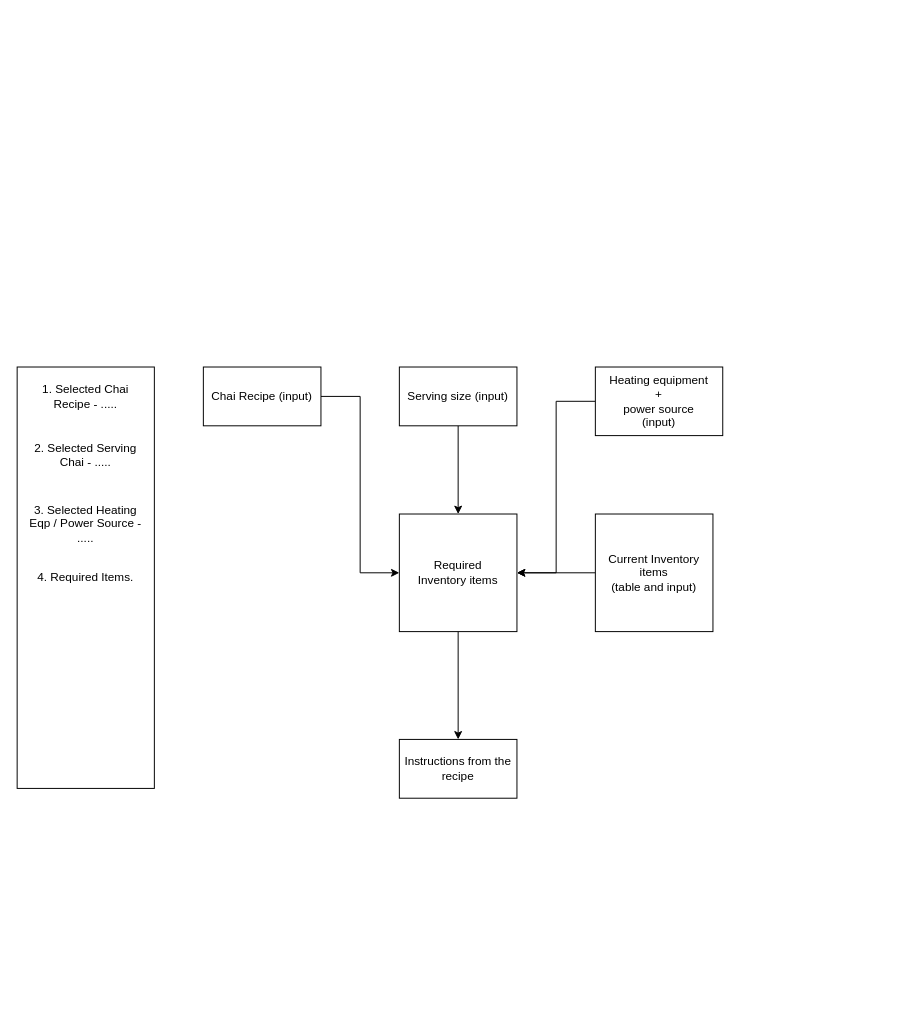
Earlier version of the draw.io diagram design-docs/chaigpt_v2.drawio (yashrahmed/VordMekh_project). Source tidied: cells renumbered, new cells numbered last; positions are measured from the earlier drawing's top-left corner, leaving out a move shared by most shapes. Both pictures are drawn from the tidied source at 98%, with x=0, y=0 at pixel (17, 367).
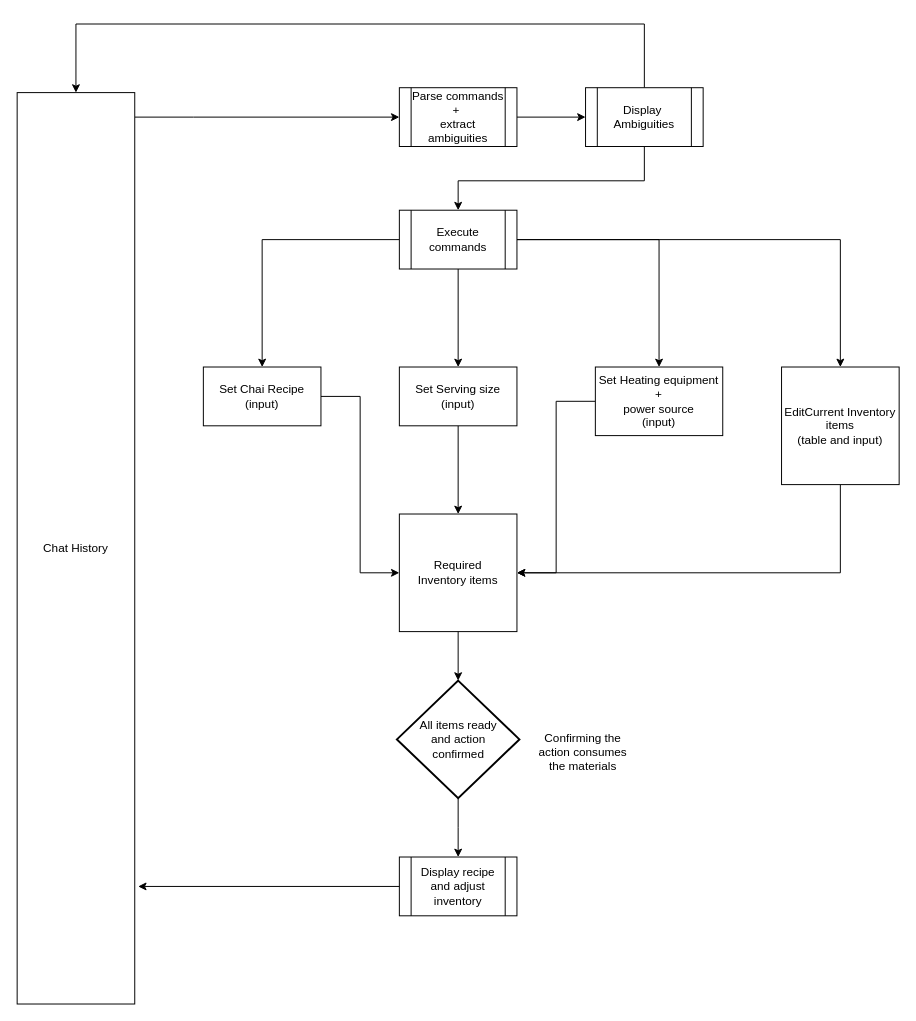
Above is the later version.

Commit message (it also covers changes not shown here):
New design with chat history

The change refers to these unchanged cells:
```xml
<mxCell id="9" value="Required&lt;div&gt;Inventory items&lt;/div&gt;" style="whiteSpace=wrap;html=1;" parent="1" vertex="1">
  <mxGeometry x="390" y="150" width="120" height="120" as="geometry" />
</mxCell>
```

Diff of the diagram source:
```diff
@@
-    <mxCell id="3" value="Chai Recipe (input)" style="rounded=0;whiteSpace=wrap;html=1;" parent="1" vertex="1">
+    <mxCell id="3" value="Set Chai Recipe (input)" style="rounded=0;whiteSpace=wrap;html=1;" parent="1" vertex="1">
       <mxGeometry x="190" width="120" height="60" as="geometry" />
     </mxCell>
@@
-    <mxCell id="5" value="Serving size (input)" style="rounded=0;whiteSpace=wrap;html=1;" parent="1" vertex="1">
+    <mxCell id="5" value="Set Serving size (input)" style="rounded=0;whiteSpace=wrap;html=1;" parent="1" vertex="1">
       <mxGeometry x="390" width="120" height="60" as="geometry" />
     </mxCell>
@@
-    <mxCell id="7" value="Heating equipment&lt;br&gt;+&lt;div&gt;power source&lt;br&gt;(input)&lt;/div&gt;" style="rounded=0;whiteSpace=wrap;html=1;" parent="1" vertex="1">
+    <mxCell id="7" value="Set Heating equipment&lt;br&gt;+&lt;div&gt;power source&lt;br&gt;(input)&lt;/div&gt;" style="rounded=0;whiteSpace=wrap;html=1;" parent="1" vertex="1">
       <mxGeometry x="590" width="130" height="70" as="geometry" />
     </mxCell>
-    <mxCell id="8" style="edgeStyle=orthogonalEdgeStyle;rounded=0;jettySize=auto;html=1;entryX=0.5;entryY=0;entryDx=0;entryDy=0;" parent="1" edge="1" source="9" target="10">
-      <mxGeometry relative="1" as="geometry" />
-    </mxCell>
@@
-    <mxCell id="10" value="Instructions from the recipe" style="rounded=0;whiteSpace=wrap;html=1;" parent="1" vertex="1">
-      <mxGeometry x="390" y="380" width="120" height="60" as="geometry" />
-    </mxCell>
     <mxCell id="11" style="edgeStyle=orthogonalEdgeStyle;rounded=0;jettySize=auto;html=1;entryX=1;entryY=0.5;entryDx=0;entryDy=0;" parent="1" edge="1" source="12" target="9">
-      <mxGeometry relative="1" as="geometry" />
+      <mxGeometry relative="1" as="geometry">
+        <Array as="points">
+          <mxPoint x="840" y="210" />
+        </Array>
+      </mxGeometry>
     </mxCell>
-    <mxCell id="12" value="Current Inventory items&lt;br&gt;(table and input)" style="whiteSpace=wrap;html=1;" parent="1" vertex="1">
-      <mxGeometry x="590" y="150" width="120" height="120" as="geometry" />
+    <mxCell id="12" value="EditCurrent Inventory items&lt;br&gt;(table and input)" style="whiteSpace=wrap;html=1;" parent="1" vertex="1">
+      <mxGeometry x="780" width="120" height="120" as="geometry" />
     </mxCell>
-    <mxCell id="13" style="rounded=0;whiteSpace=wrap;html=1;" parent="1" vertex="1">
-      <mxGeometry width="140" height="430" as="geometry" />
-    </mxCell>
-    <mxCell id="14" value="1. Selected Chai Recipe - ....." style="text;html=1;align=center;verticalAlign=middle;whiteSpace=wrap;rounded=0;" parent="1" vertex="1">
-      <mxGeometry x="10" y="10" width="120" height="40" as="geometry" />
-    </mxCell>
-    <mxCell id="15" value="2. Selected Serving Chai - ....." style="text;html=1;align=center;verticalAlign=middle;whiteSpace=wrap;rounded=0;" parent="1" vertex="1">
-      <mxGeometry x="10" y="70" width="120" height="40" as="geometry" />
-    </mxCell>
-    <mxCell id="16" value="3. Selected Heating Eqp / Power Source - ....." style="text;html=1;align=center;verticalAlign=middle;whiteSpace=wrap;rounded=0;" parent="1" vertex="1">
-      <mxGeometry x="10" y="130" width="120" height="60" as="geometry" />
-    </mxCell>
-    <mxCell id="17" value="4. Required&amp;nbsp;Items." style="text;html=1;align=center;verticalAlign=middle;whiteSpace=wrap;rounded=0;" parent="1" vertex="1">
-      <mxGeometry x="10" y="185" width="120" height="60" as="geometry" />
-    </mxCell>
+    <mxCell id="18" style="edgeStyle=orthogonalEdgeStyle;rounded=0;jettySize=auto;html=1;entryX=0;entryY=0.5;entryDx=0;entryDy=0;" parent="1" edge="1" source="19" target="21">
+      <mxGeometry relative="1" as="geometry">
+        <Array as="points">
+          <mxPoint x="180" y="-255" />
+          <mxPoint x="180" y="-255" />
+        </Array>
+      </mxGeometry>
+    </mxCell>
+    <mxCell id="19" value="Chat History" style="rounded=0;whiteSpace=wrap;html=1;" parent="1" vertex="1">
+      <mxGeometry y="-280" width="120" height="930" as="geometry" />
+    </mxCell>
+    <mxCell id="20" style="edgeStyle=orthogonalEdgeStyle;rounded=0;jettySize=auto;html=1;entryX=0;entryY=0.5;entryDx=0;entryDy=0;" parent="1" edge="1" source="21" target="29">
+      <mxGeometry relative="1" as="geometry" />
+    </mxCell>
+    <mxCell id="21" value="Parse commands&lt;br&gt;+&amp;nbsp;&lt;br&gt;extract ambiguities" style="shape=process;whiteSpace=wrap;html=1;backgroundOutline=1;" parent="1" vertex="1">
+      <mxGeometry x="390" y="-285" width="120" height="60" as="geometry" />
+    </mxCell>
+    <mxCell id="22" style="edgeStyle=orthogonalEdgeStyle;rounded=0;jettySize=auto;html=1;entryX=0.5;entryY=0;entryDx=0;entryDy=0;" parent="1" edge="1" source="26" target="5">
+      <mxGeometry relative="1" as="geometry" />
+    </mxCell>
+    <mxCell id="23" style="edgeStyle=orthogonalEdgeStyle;rounded=0;jettySize=auto;html=1;" parent="1" edge="1" source="26" target="3">
+      <mxGeometry relative="1" as="geometry" />
+    </mxCell>
+    <mxCell id="24" style="edgeStyle=orthogonalEdgeStyle;rounded=0;jettySize=auto;html=1;" parent="1" edge="1" source="26" target="7">
+      <mxGeometry relative="1" as="geometry" />
+    </mxCell>
+    <mxCell id="25" style="edgeStyle=orthogonalEdgeStyle;rounded=0;jettySize=auto;html=1;" parent="1" edge="1" source="26" target="12">
+      <mxGeometry relative="1" as="geometry" />
+    </mxCell>
+    <mxCell id="26" value="Execute commands" style="shape=process;whiteSpace=wrap;html=1;backgroundOutline=1;" parent="1" vertex="1">
+      <mxGeometry x="390" y="-160" width="120" height="60" as="geometry" />
+    </mxCell>
+    <mxCell id="27" style="edgeStyle=orthogonalEdgeStyle;rounded=0;jettySize=auto;html=1;entryX=0.5;entryY=0;entryDx=0;entryDy=0;" parent="1" edge="1" source="29" target="19">
+      <mxGeometry relative="1" as="geometry">
+        <Array as="points">
+          <mxPoint x="640" y="-350" />
+          <mxPoint x="60" y="-350" />
+        </Array>
+      </mxGeometry>
+    </mxCell>
+    <mxCell id="28" style="edgeStyle=orthogonalEdgeStyle;rounded=0;jettySize=auto;html=1;entryX=0.5;entryY=0;entryDx=0;entryDy=0;" parent="1" edge="1" source="29" target="26">
+      <mxGeometry relative="1" as="geometry">
+        <Array as="points">
+          <mxPoint x="640" y="-190" />
+          <mxPoint x="450" y="-190" />
+        </Array>
+      </mxGeometry>
+    </mxCell>
+    <mxCell id="29" value="Display&amp;nbsp;&lt;br&gt;Ambiguities" style="shape=process;whiteSpace=wrap;html=1;backgroundOutline=1;" parent="1" vertex="1">
+      <mxGeometry x="580" y="-285" width="120" height="60" as="geometry" />
+    </mxCell>
+    <mxCell id="30" style="edgeStyle=orthogonalEdgeStyle;rounded=0;jettySize=auto;html=1;entryX=0.5;entryY=0;entryDx=0;entryDy=0;" parent="1" edge="1" source="31">
+      <mxGeometry relative="1" as="geometry">
+        <mxPoint x="450" y="500" as="targetPoint" />
+      </mxGeometry>
+    </mxCell>
+    <mxCell id="31" value="All items ready&lt;div&gt;and action&lt;/div&gt;&lt;div&gt;confirmed&lt;/div&gt;" style="strokeWidth=2;html=1;shape=mxgraph.flowchart.decision;whiteSpace=wrap;" parent="1" vertex="1">
+      <mxGeometry x="387.5" y="320" width="125" height="120" as="geometry" />
+    </mxCell>
+    <mxCell id="32" style="edgeStyle=orthogonalEdgeStyle;rounded=0;jettySize=auto;html=1;entryX=0.5;entryY=0;entryDx=0;entryDy=0;entryPerimeter=0;" parent="1" edge="1" source="9" target="31">
+      <mxGeometry relative="1" as="geometry" />
+    </mxCell>
+    <mxCell id="33" value="Display recipe and adjust inventory" style="shape=process;whiteSpace=wrap;html=1;backgroundOutline=1;" parent="1" vertex="1">
+      <mxGeometry x="390" y="500" width="120" height="60" as="geometry" />
+    </mxCell>
+    <mxCell id="34" style="edgeStyle=orthogonalEdgeStyle;rounded=0;jettySize=auto;html=1;entryX=1.029;entryY=0.871;entryDx=0;entryDy=0;entryPerimeter=0;" parent="1" edge="1" source="33" target="19">
+      <mxGeometry relative="1" as="geometry" />
+    </mxCell>
+    <mxCell id="35" value="Confirming the action consumes the materials" style="text;html=1;align=center;verticalAlign=middle;whiteSpace=wrap;rounded=0;" parent="1" vertex="1">
+      <mxGeometry x="525" y="365" width="105" height="55" as="geometry" />
+    </mxCell>
```
